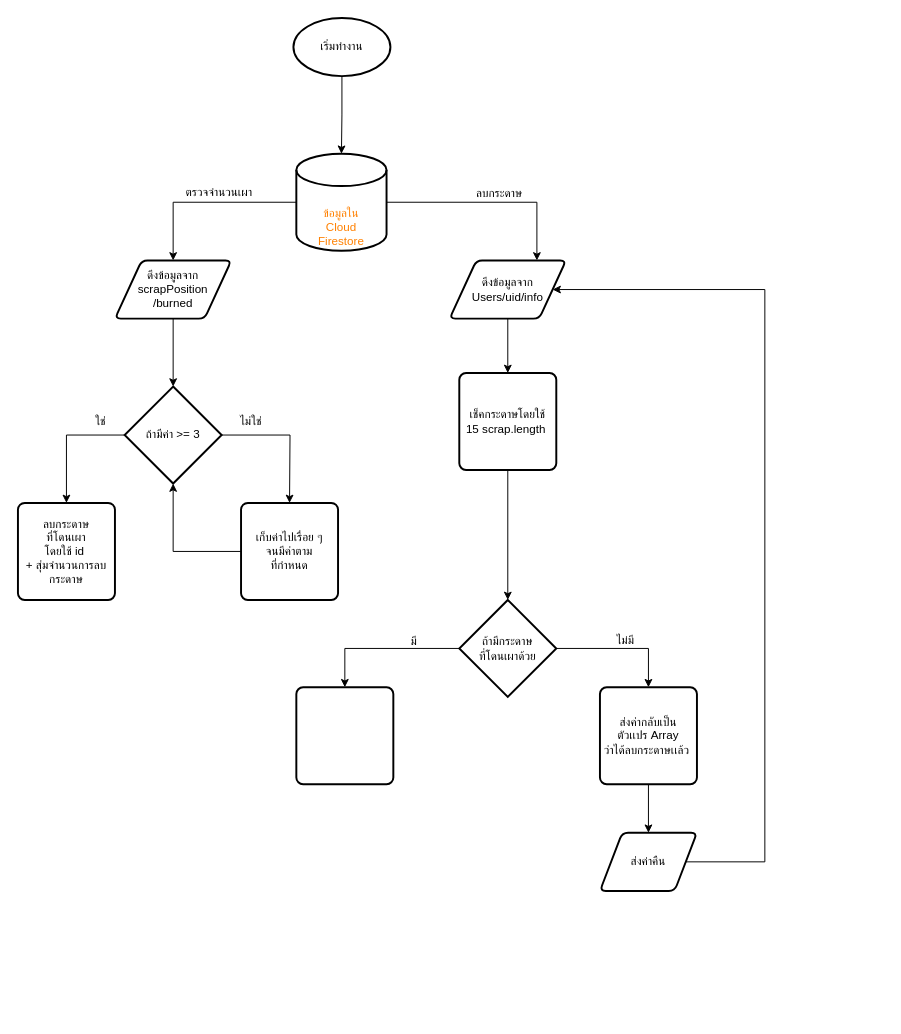
The draw.io diagram Untitled Diagram.drawio in blykan/hello-world, before the edit. Source tidied: cells renumbered, new cells numbered last; positions are measured from the earlier drawing's top-left corner, leaving out a move shared by most shapes. Both pictures are drawn from the tidied source at 97%, with x=0, y=0 at pixel (17, 17).
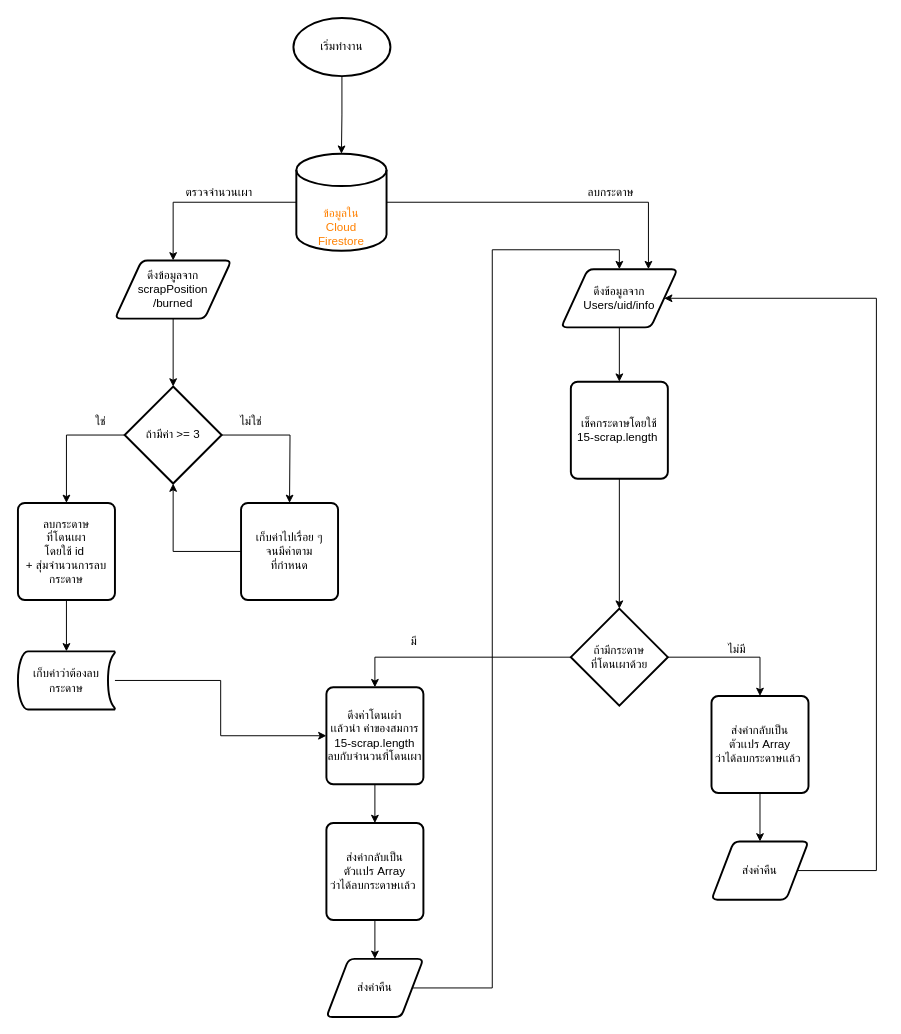
Above is the later version.

The change refers to these unchanged cells:
```xml
<mxCell id="12" value="ลบกระดาษ&lt;br&gt;ที่โดนเผา&lt;br&gt;โดยใช้ id&amp;nbsp;&lt;br&gt;+ สุ่มจำนวนการลบกระดาษ" style="rounded=1;whiteSpace=wrap;html=1;absoluteArcSize=1;arcSize=14;strokeWidth=2;fontFamily=Kanit;" parent="1" vertex="1">
  <mxGeometry y="500" width="100" height="100" as="geometry" />
</mxCell>
```

Change to the diagram source:
```diff
@@
+    <mxCell id="33" style="edgeStyle=orthogonalEdgeStyle;rounded=0;jettySize=auto;html=1;exitX=0.5;exitY=1;exitDx=0;exitDy=0;entryX=0.5;entryY=0;entryDx=0;entryDy=0;entryPerimeter=0;fontFamily=Kanit;" parent="1" edge="1" source="12" target="38">
+      <mxGeometry relative="1" as="geometry" />
+    </mxCell>
@@
     <mxCell id="18" value="&lt;font face=&quot;Kanit&quot;&gt;ดึงข้อมูลจาก&lt;br&gt;Users/uid/info&lt;br&gt;&lt;/font&gt;" style="shape=parallelogram;html=1;strokeWidth=2;perimeter=parallelogramPerimeter;whiteSpace=wrap;rounded=1;arcSize=12;size=0.23;" parent="1" vertex="1">
-      <mxGeometry x="445" y="250" width="120" height="60" as="geometry" />
+      <mxGeometry x="560" y="259" width="120" height="60" as="geometry" />
     </mxCell>
@@
-    <mxCell id="20" value="เช็คกระดาษโดยใช้&lt;br&gt;15 scrap.length&amp;nbsp;" style="rounded=1;whiteSpace=wrap;html=1;absoluteArcSize=1;arcSize=14;strokeWidth=2;fontFamily=Kanit;" parent="1" vertex="1">
-      <mxGeometry x="455" y="366" width="100" height="100" as="geometry" />
+    <mxCell id="20" value="เช็คกระดาษโดยใช้&lt;br&gt;15-scrap.length&amp;nbsp;" style="rounded=1;whiteSpace=wrap;html=1;absoluteArcSize=1;arcSize=14;strokeWidth=2;fontFamily=Kanit;" parent="1" vertex="1">
+      <mxGeometry x="570" y="375" width="100" height="100" as="geometry" />
     </mxCell>
@@
     <mxCell id="23" value="ถ้ามีกระดาษ&lt;br&gt;ที่โดนเผาด้วย" style="strokeWidth=2;html=1;shape=mxgraph.flowchart.decision;whiteSpace=wrap;fontFamily=Kanit;" parent="1" vertex="1">
-      <mxGeometry x="455" y="600" width="100" height="100" as="geometry" />
+      <mxGeometry x="570" y="609" width="100" height="100" as="geometry" />
     </mxCell>
@@
     <mxCell id="25" value="ลบกระดาษ" style="text;html=1;align=center;verticalAlign=middle;fontFamily=Kanit;" parent="1" vertex="1">
-      <mxGeometry x="461" y="171" width="70" height="20" as="geometry" />
+      <mxGeometry x="576" y="170" width="70" height="20" as="geometry" />
     </mxCell>
@@
     <mxCell id="27" value="ไม่มี" style="text;html=1;align=center;verticalAlign=middle;fontFamily=Kanit;" parent="1" vertex="1">
-      <mxGeometry x="611" y="632" width="30" height="20" as="geometry" />
+      <mxGeometry x="726" y="641" width="30" height="20" as="geometry" />
     </mxCell>
@@
     <mxCell id="29" value="ส่งค่ากลับเป็น&lt;br&gt;ตัวเเปร Array&lt;br&gt;ว่าได้ลบกระดาษเเล้ว&amp;nbsp;" style="rounded=1;whiteSpace=wrap;html=1;absoluteArcSize=1;arcSize=14;strokeWidth=2;fontFamily=Kanit;" parent="1" vertex="1">
-      <mxGeometry x="600" y="690" width="100" height="100" as="geometry" />
+      <mxGeometry x="715" y="699" width="100" height="100" as="geometry" />
     </mxCell>
     <mxCell id="30" style="edgeStyle=orthogonalEdgeStyle;rounded=0;jettySize=auto;html=1;exitX=1;exitY=0.5;exitDx=0;exitDy=0;fontFamily=Kanit;entryX=1;entryY=0.5;entryDx=0;entryDy=0;" parent="1" edge="1" source="31" target="18">
       <mxGeometry relative="1" as="geometry">
         <Array as="points">
-          <mxPoint x="770" y="870" />
-          <mxPoint x="770" y="280" />
+          <mxPoint x="885" y="879" />
+          <mxPoint x="885" y="289" />
         </Array>
       </mxGeometry>
     </mxCell>
     <mxCell id="31" value="ส่งค่าคืน" style="shape=parallelogram;html=1;strokeWidth=2;perimeter=parallelogramPerimeter;whiteSpace=wrap;rounded=1;arcSize=12;size=0.23;fontFamily=Kanit;" parent="1" vertex="1">
-      <mxGeometry x="600" y="840" width="100" height="60" as="geometry" />
+      <mxGeometry x="715" y="849" width="100" height="60" as="geometry" />
     </mxCell>
+    <mxCell id="34" style="edgeStyle=orthogonalEdgeStyle;rounded=0;jettySize=auto;html=1;exitX=0.5;exitY=1;exitDx=0;exitDy=0;entryX=0.5;entryY=0;entryDx=0;entryDy=0;fontFamily=Kanit;" parent="1" edge="1" source="32" target="36">
+      <mxGeometry relative="1" as="geometry" />
+    </mxCell>
-    <mxCell id="32" style="rounded=1;whiteSpace=wrap;html=1;absoluteArcSize=1;arcSize=14;strokeWidth=2;fontFamily=Kanit;" parent="1" vertex="1">
-      <mxGeometry x="287" y="690" width="100" height="100" as="geometry" />
+    <mxCell id="32" value="ดึงค่าโดนเผ่า&lt;br&gt;เเล้วนำ ค่าของสมการ 15-scrap.length ลบกับจำนวนที่โดนเผา" style="rounded=1;whiteSpace=wrap;html=1;absoluteArcSize=1;arcSize=14;strokeWidth=2;fontFamily=Kanit;" parent="1" vertex="1">
+      <mxGeometry x="318" y="690" width="100" height="100" as="geometry" />
     </mxCell>
+    <mxCell id="35" style="edgeStyle=orthogonalEdgeStyle;rounded=0;jettySize=auto;html=1;fontFamily=Kanit;" parent="1" edge="1" source="36" target="40">
+      <mxGeometry relative="1" as="geometry" />
+    </mxCell>
+    <mxCell id="36" value="ส่งค่ากลับเป็น&lt;br&gt;ตัวเเปร Array&lt;br&gt;ว่าได้ลบกระดาษเเล้ว&amp;nbsp;" style="rounded=1;whiteSpace=wrap;html=1;absoluteArcSize=1;arcSize=14;strokeWidth=2;fontFamily=Kanit;" parent="1" vertex="1">
+      <mxGeometry x="318" y="830" width="100" height="100" as="geometry" />
+    </mxCell>
+    <mxCell id="37" style="edgeStyle=orthogonalEdgeStyle;rounded=0;jettySize=auto;html=1;entryX=0;entryY=0.5;entryDx=0;entryDy=0;fontFamily=Kanit;" parent="1" edge="1" source="38" target="32">
+      <mxGeometry relative="1" as="geometry" />
+    </mxCell>
+    <mxCell id="38" value="เก็บค่าว่าต้องลบกระดาษ" style="strokeWidth=2;html=1;shape=mxgraph.flowchart.stored_data;whiteSpace=wrap;fontFamily=Kanit;" parent="1" vertex="1">
+      <mxGeometry y="653" width="100" height="60" as="geometry" />
+    </mxCell>
+    <mxCell id="39" style="edgeStyle=orthogonalEdgeStyle;rounded=0;jettySize=auto;html=1;exitX=1;exitY=0.5;exitDx=0;exitDy=0;entryX=0.5;entryY=0;entryDx=0;entryDy=0;fontFamily=Kanit;" parent="1" edge="1" source="40" target="18">
+      <mxGeometry relative="1" as="geometry" />
+    </mxCell>
+    <mxCell id="40" value="ส่งค่าคืน" style="shape=parallelogram;html=1;strokeWidth=2;perimeter=parallelogramPerimeter;whiteSpace=wrap;rounded=1;arcSize=12;size=0.23;fontFamily=Kanit;" parent="1" vertex="1">
+      <mxGeometry x="318" y="970" width="100" height="60" as="geometry" />
+    </mxCell>
```
